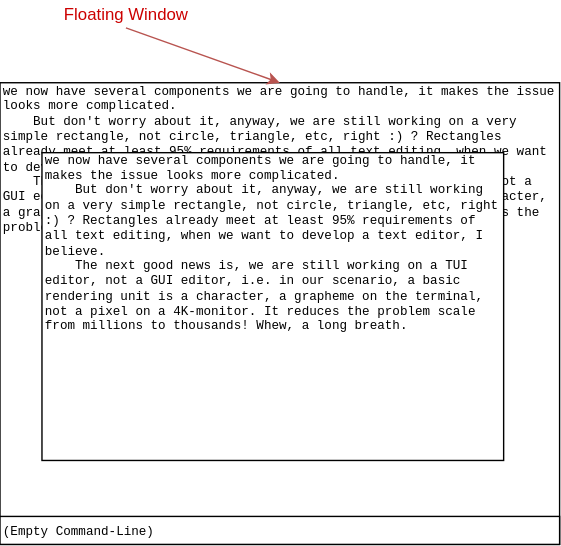
Earlier version of the draw.io export images/1-TUI-3-Layout.6.drawio.svg (rsvim/rfc). Source tidied: cells renumbered, new cells last; positions are measured from the earlier drawing's top-left corner, leaving out a move shared by most shapes. Source of this version:
```xml
<mxGraphModel>
  <root>
    <mxCell id="0" />
    <mxCell id="1" parent="0" />
    <mxCell id="2" style="rounded=0;whiteSpace=wrap;html=1;" parent="1" vertex="1">
      <mxGeometry y="59" width="400" height="330" as="geometry" />
    </mxCell>
    <mxCell id="3" value="&lt;font face=&quot;Courier New&quot;&gt;(Empty Command-Line)&lt;/font&gt;" style="rounded=0;whiteSpace=wrap;html=1;align=left;fontSize=9;labelBackgroundColor=none;" parent="1" vertex="1">
      <mxGeometry y="369" width="400" height="20" as="geometry" />
    </mxCell>
    <mxCell id="4" value="Floating Window" style="text;html=1;whiteSpace=wrap;strokeColor=none;fillColor=none;align=center;verticalAlign=middle;rounded=0;fontColor=#CC0000;" parent="1" vertex="1">
      <mxGeometry y="-0.2" width="180" height="20" as="geometry" />
    </mxCell>
    <mxCell id="5" style="endArrow=classic;html=1;rounded=0;entryX=0.5;entryY=0;entryDx=0;entryDy=0;fontColor=#CC0000;fillColor=#f8cecc;strokeColor=#b85450;exitX=0.5;exitY=1;exitDx=0;exitDy=0;" parent="1" edge="1" source="4" target="6">
      <mxGeometry relative="1" as="geometry" />
    </mxCell>
    <mxCell id="6" value="we now have several components we are going to handle, it makes the issue looks more complicated.&amp;nbsp;&lt;br&gt;&amp;nbsp; &amp;nbsp; But don't worry about it, anyway, we are still working on a very simple rectangle, not circle, triangle, etc, right :) ? Rectangles already meet at least 95% requirements of all text editing, when we want to develop a text editor, I believe.&lt;br&gt;&amp;nbsp; &amp;nbsp; The next good news is, we are still working on a TUI editor, not a GUI editor, i.e. in our scenario, a basic rendering unit is a character, a grapheme on the terminal, not a pixel on a 4K-monitor. It reduces the problem scale from millions to thousands! Whew, a long breath." style="text;html=1;whiteSpace=wrap;strokeColor=none;fillColor=none;align=left;verticalAlign=middle;rounded=0;fontFamily=Courier New;fontSize=9;fontStyle=0;" parent="1" vertex="1">
      <mxGeometry y="59" width="400" height="110" as="geometry" />
    </mxCell>
    <mxCell id="7" style="rounded=0;whiteSpace=wrap;html=1;" parent="1" vertex="1">
      <mxGeometry x="30" y="109" width="330" height="220" as="geometry" />
    </mxCell>
    <mxCell id="8" value="we now have several components we are going to handle, it makes the issue looks more complicated.&amp;nbsp;&lt;br&gt;&amp;nbsp; &amp;nbsp; But don't worry about it, anyway, we are still working on a very simple rectangle, not circle, triangle, etc, right :) ? Rectangles already meet at least 95% requirements of all text editing, when we want to develop a text editor, I believe.&lt;br&gt;&amp;nbsp; &amp;nbsp; The next good news is, we are still working on a TUI editor, not a GUI editor, i.e. in our scenario, a basic rendering unit is a character, a grapheme on the terminal, not a pixel on a 4K-monitor. It reduces the problem scale from millions to thousands! Whew, a long breath." style="text;html=1;whiteSpace=wrap;strokeColor=none;fillColor=none;align=left;verticalAlign=middle;rounded=0;fontFamily=Courier New;fontSize=9;fontStyle=0;" parent="1" vertex="1">
      <mxGeometry x="30" y="109" width="330" height="130" as="geometry" />
    </mxCell>
  </root>
</mxGraphModel>
```
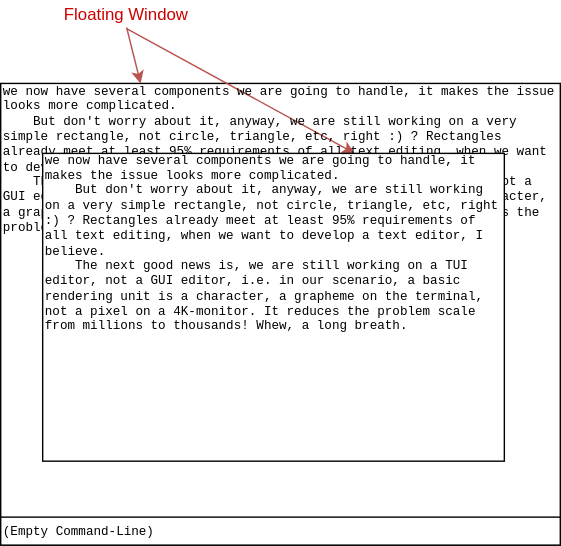
After the change.

Change to the diagram source:
```diff
@@ -11,7 +11,7 @@
     <mxCell id="4" value="Floating Window" style="text;html=1;whiteSpace=wrap;strokeColor=none;fillColor=none;align=center;verticalAlign=middle;rounded=0;fontColor=#CC0000;" parent="1" vertex="1">
       <mxGeometry y="-0.2" width="180" height="20" as="geometry" />
     </mxCell>
-    <mxCell id="5" style="endArrow=classic;html=1;rounded=0;entryX=0.5;entryY=0;entryDx=0;entryDy=0;fontColor=#CC0000;fillColor=#f8cecc;strokeColor=#b85450;exitX=0.5;exitY=1;exitDx=0;exitDy=0;" parent="1" edge="1" source="4" target="6">
+    <mxCell id="5" style="endArrow=classic;html=1;rounded=0;entryX=0.676;entryY=0;entryDx=0;entryDy=0;fontColor=#CC0000;fillColor=#f8cecc;strokeColor=#b85450;exitX=0.5;exitY=1;exitDx=0;exitDy=0;entryPerimeter=0;" parent="1" edge="1" source="4" target="8">
       <mxGeometry relative="1" as="geometry" />
     </mxCell>
     <mxCell id="6" value="we now have several components we are going to handle, it makes the issue looks more complicated.&amp;nbsp;&lt;br&gt;&amp;nbsp; &amp;nbsp; But don't worry about it, anyway, we are still working on a very simple rectangle, not circle, triangle, etc, right :) ? Rectangles already meet at least 95% requirements of all text editing, when we want to develop a text editor, I believe.&lt;br&gt;&amp;nbsp; &amp;nbsp; The next good news is, we are still working on a TUI editor, not a GUI editor, i.e. in our scenario, a basic rendering unit is a character, a grapheme on the terminal, not a pixel on a 4K-monitor. It reduces the problem scale from millions to thousands! Whew, a long breath." style="text;html=1;whiteSpace=wrap;strokeColor=none;fillColor=none;align=left;verticalAlign=middle;rounded=0;fontFamily=Courier New;fontSize=9;fontStyle=0;" parent="1" vertex="1">
@@ -23,5 +23,10 @@
     <mxCell id="8" value="we now have several components we are going to handle, it makes the issue looks more complicated.&amp;nbsp;&lt;br&gt;&amp;nbsp; &amp;nbsp; But don't worry about it, anyway, we are still working on a very simple rectangle, not circle, triangle, etc, right :) ? Rectangles already meet at least 95% requirements of all text editing, when we want to develop a text editor, I believe.&lt;br&gt;&amp;nbsp; &amp;nbsp; The next good news is, we are still working on a TUI editor, not a GUI editor, i.e. in our scenario, a basic rendering unit is a character, a grapheme on the terminal, not a pixel on a 4K-monitor. It reduces the problem scale from millions to thousands! Whew, a long breath." style="text;html=1;whiteSpace=wrap;strokeColor=none;fillColor=none;align=left;verticalAlign=middle;rounded=0;fontFamily=Courier New;fontSize=9;fontStyle=0;" parent="1" vertex="1">
       <mxGeometry x="30" y="109" width="330" height="130" as="geometry" />
     </mxCell>
+    <mxCell id="9" style="endArrow=classic;html=1;rounded=0;entryX=0.25;entryY=0;entryDx=0;entryDy=0;fontColor=#CC0000;fillColor=#f8cecc;strokeColor=#b85450;" parent="1" edge="1" target="6">
+      <mxGeometry relative="1" as="geometry">
+        <mxPoint x="90" y="19" as="sourcePoint" />
+      </mxGeometry>
+    </mxCell>
   </root>
 </mxGraphModel>
```
